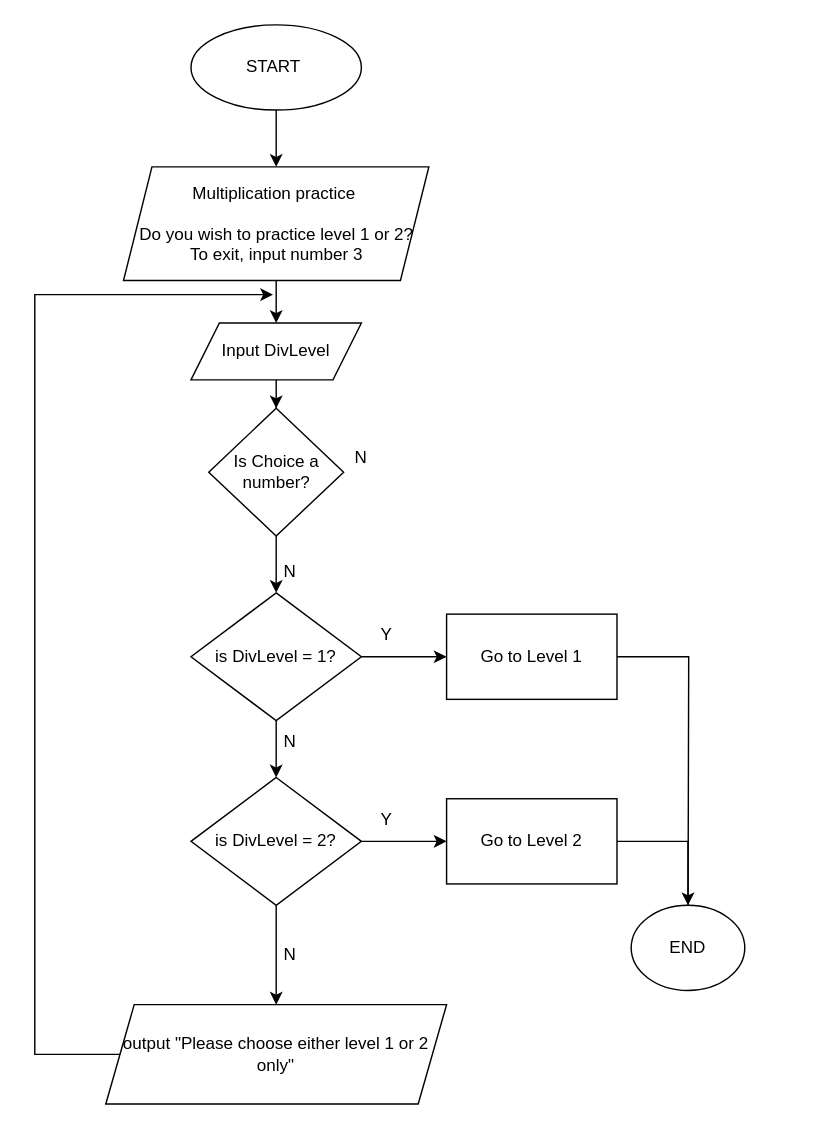
Before: 04 Multiplication flowchart.drawio in amaalware/BasicMathsFlowchart, a draw.io diagram. Source tidied: cells renumbered, new cells numbered last; positions are measured from the earlier drawing's top-left corner, leaving out a move shared by most shapes. Both pictures are drawn from the tidied source at 142%, with x=0, y=0 at pixel (34, 24).
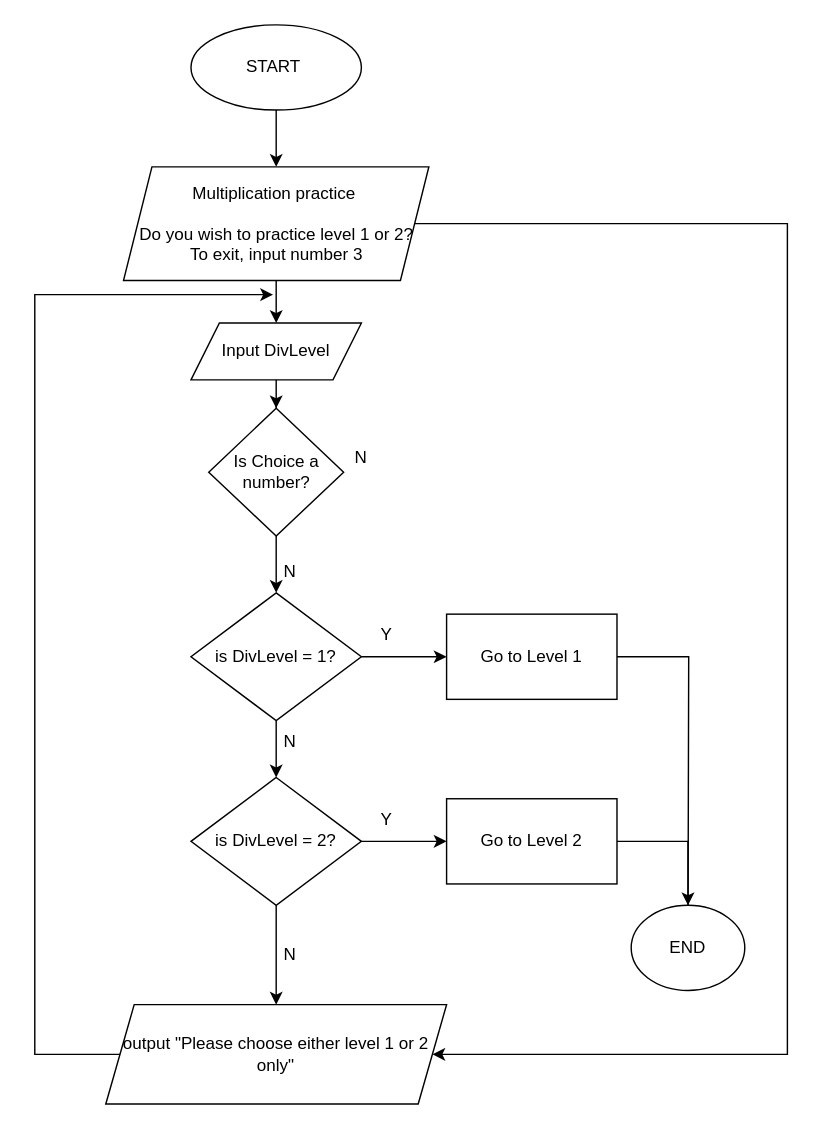
The same page after the edit.

The change refers to these unchanged cells:
```xml
<mxCell id="5" value="Multiplication practice&amp;nbsp;&lt;br&gt;&lt;br&gt;Do you wish to practice level 1 or 2?&lt;br&gt;To exit, input number 3" style="shape=parallelogram;perimeter=parallelogramPerimeter;whiteSpace=wrap;html=1;fixedSize=1;" parent="1" vertex="1">
  <mxGeometry x="62.5" y="100" width="215" height="80" as="geometry" />
</mxCell>
<mxCell id="17" value="output &quot;Please choose either level 1 or 2 only&quot;" style="shape=parallelogram;perimeter=parallelogramPerimeter;whiteSpace=wrap;html=1;fixedSize=1;" parent="1" vertex="1">
  <mxGeometry x="50" y="690" width="240" height="70" as="geometry" />
</mxCell>
```

The edit, as a diff of the source:
```diff
@@
+    <mxCell id="29" style="edgeStyle=orthogonalEdgeStyle;rounded=0;jettySize=auto;html=1;entryX=1;entryY=0.5;entryDx=0;entryDy=0;" parent="1" edge="1" source="5" target="17">
+      <mxGeometry relative="1" as="geometry">
+        <Array as="points">
+          <mxPoint x="530" y="140" />
+          <mxPoint x="530" y="725" />
+        </Array>
+      </mxGeometry>
+    </mxCell>
```
